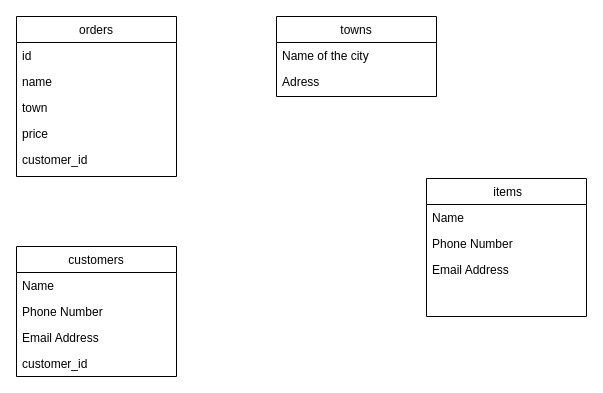
pytonuserouner/UML_study keeps this draw.io diagram as Диаграмма для тестового задания.drawio. Above is the earlier version. Source tidied: cells renumbered, new cells numbered last; positions are measured from the earlier drawing's top-left corner, leaving out a move shared by most shapes. Both pictures are drawn from the tidied source at 100%, with x=0, y=0 at pixel (16, 16).
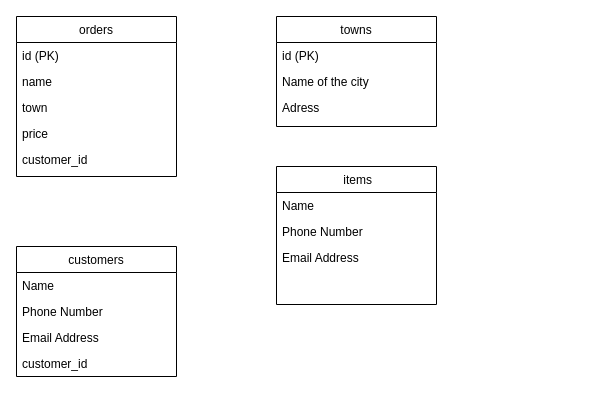
The same diagram, later.

The change refers to these unchanged cells:
```xml
<mxCell id="2" value="orders" style="swimlane;fontStyle=0;align=center;verticalAlign=top;horizontal=1;startSize=26;rounded=0;shadow=0;strokeWidth=1;" parent="1" vertex="1">
  <mxGeometry width="160" height="160" as="geometry" />
</mxCell>
```

Change to the diagram source:
```diff
@@
-    <mxCell id="3" value="id" style="text;align=left;verticalAlign=top;spacingLeft=4;spacingRight=4;overflow=hidden;" parent="2" vertex="1">
+    <mxCell id="3" value="id (PK)" style="text;align=left;verticalAlign=top;spacingLeft=4;spacingRight=4;overflow=hidden;" parent="2" vertex="1">
       <mxGeometry y="26" width="160" height="26" as="geometry" />
     </mxCell>
@@
     <mxCell id="8" value="towns" style="swimlane;fontStyle=0;align=center;verticalAlign=top;horizontal=1;startSize=26;rounded=0;shadow=0;strokeWidth=1;" parent="1" vertex="1">
-      <mxGeometry x="260" width="160" height="80" as="geometry" />
+      <mxGeometry x="260" width="160" height="110" as="geometry" />
     </mxCell>
+    <mxCell id="20" value="id (PK)" style="text;align=left;verticalAlign=top;spacingLeft=4;spacingRight=4;overflow=hidden;" parent="8" vertex="1">
+      <mxGeometry y="26" width="160" height="26" as="geometry" />
+    </mxCell>
     <mxCell id="9" value="Name of the city" style="text;align=left;verticalAlign=top;spacingLeft=4;spacingRight=4;overflow=hidden;" parent="8" vertex="1">
-      <mxGeometry y="26" width="160" height="26" as="geometry" />
+      <mxGeometry y="52" width="160" height="26" as="geometry" />
     </mxCell>
     <mxCell id="10" value="Adress" style="text;align=left;verticalAlign=top;spacingLeft=4;spacingRight=4;overflow=hidden;rounded=0;shadow=0;html=0;" parent="8" vertex="1">
-      <mxGeometry y="52" width="160" height="26" as="geometry" />
+      <mxGeometry y="78" width="160" height="28" as="geometry" />
     </mxCell>
@@
     <mxCell id="16" value=" items" style="swimlane;fontStyle=0;align=center;verticalAlign=top;horizontal=1;startSize=26;rounded=0;shadow=0;strokeWidth=1;" parent="1" vertex="1">
-      <mxGeometry x="410" y="162" width="160" height="138" as="geometry" />
+      <mxGeometry x="260" y="150" width="160" height="138" as="geometry" />
     </mxCell>
```
